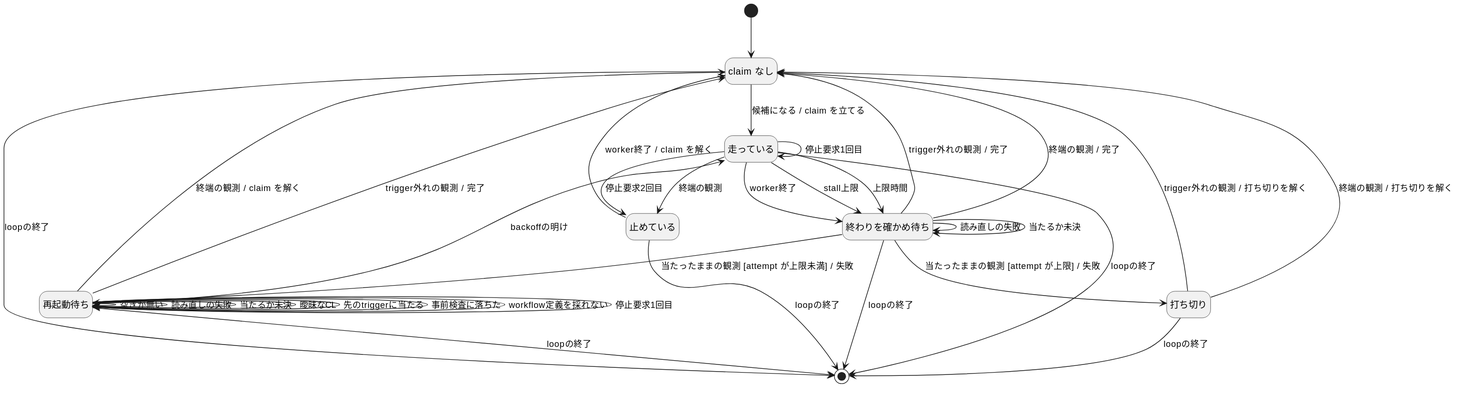
The PlantUML diagram docs/design/statechart.svg in swat9013/claude-dispatcher, before a commit.
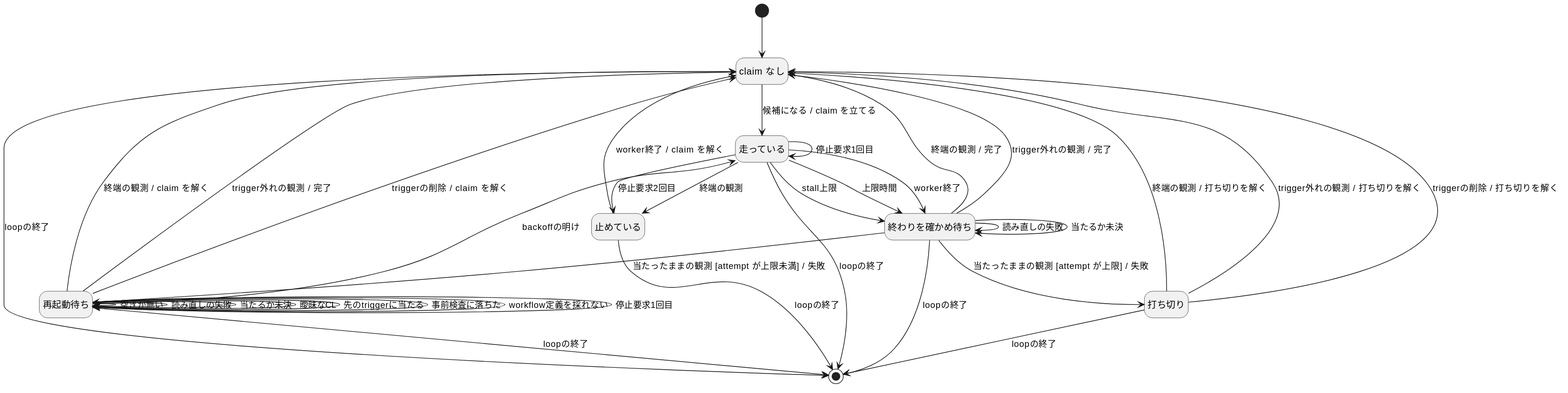
After the change.

Commit message:
trigger が workflow 定義から消えたときの遷移を system.md §7 と状態機械図に書く

- system.md §7「失敗の扱い」に、再起動待ちの claim を解く規則と、打ち切りを解く規則を足す
- 走っている・止めている・終わりを確かめ待ちの claim は、claim が持つ trigger で続けると書く
- statechart.puml に出来事 triggerの削除 を足し、6 つの状態の遷移か理由付きの uncovered を置く
- statechart.svg を描き直す

Diff of the diagram source:
```diff
@@ -43,10 +43,12 @@
 WaitingRetry --> WaitingRetry : 停止要求1回目
 WaitingRetry --> NoClaim : 終端の観測 / claim を解く
 WaitingRetry --> NoClaim : trigger外れの観測 / 完了
+WaitingRetry --> NoClaim : triggerの削除 / claim を解く
 WaitingRetry --> [*] : loopの終了
 
 Abandoned --> NoClaim : 終端の観測 / 打ち切りを解く
 Abandoned --> NoClaim : trigger外れの観測 / 打ち切りを解く
+Abandoned --> NoClaim : triggerの削除 / 打ち切りを解く
 Abandoned --> [*] : loopの終了
 
 @enduml
```
